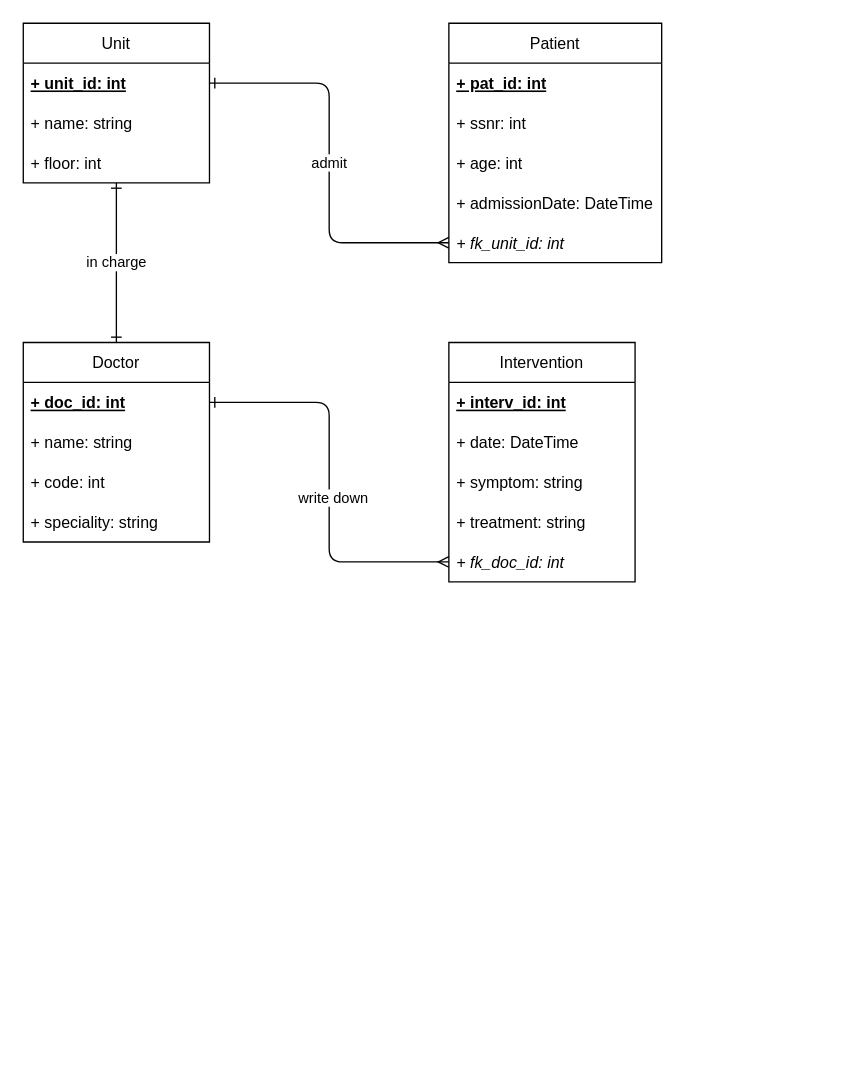
Above: page "UML" (3 of 3) of Philipp/02_healthcenter.drawio in mastapetz/BE16-DBDev-DAY1-Peter-Philipp (draw.io), before the change. Source tidied: cells renumbered, new cells numbered last; positions are measured from the earlier drawing's top-left corner, leaving out a move shared by most shapes. Both pictures are drawn from the tidied source at 133%, with x=0, y=0 at pixel (23, 23).
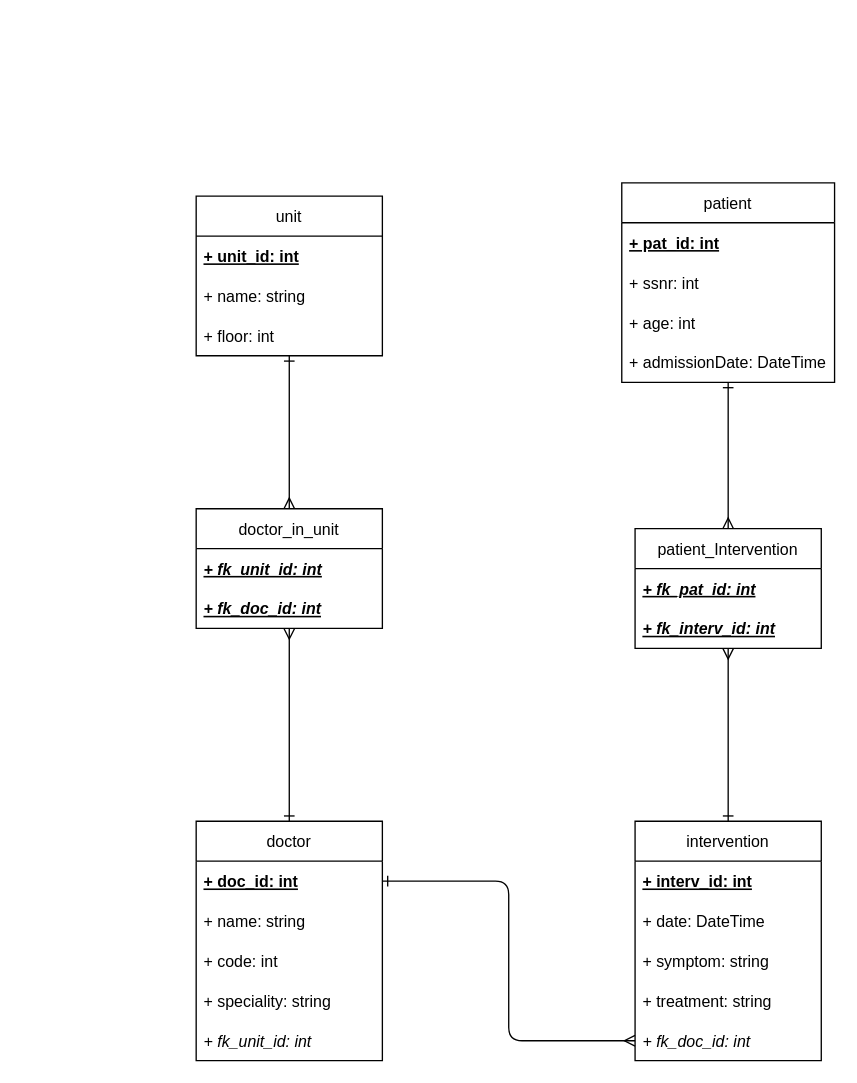
The same diagram, later.

Unchanged cells that the change refers to:
```xml
<mxCell id="18" value="+ admissionDate: DateTime" style="text;strokeColor=none;fillColor=none;align=left;verticalAlign=middle;spacingLeft=4;spacingRight=4;overflow=hidden;points=[[0,0.5],[1,0.5]];portConstraint=eastwest;" parent="14" vertex="1">
  <mxGeometry y="120" width="160" height="30" as="geometry" />
</mxCell>
<mxCell id="21" value="+ unit_id: int" style="text;strokeColor=none;fillColor=none;align=left;verticalAlign=middle;spacingLeft=4;spacingRight=4;overflow=hidden;points=[[0,0.5],[1,0.5]];portConstraint=eastwest;fontStyle=5;" parent="20" vertex="1">
  <mxGeometry y="30" width="140" height="30" as="geometry" />
</mxCell>
<mxCell id="23" value="+ floor: int" style="text;strokeColor=none;fillColor=none;align=left;verticalAlign=middle;spacingLeft=4;spacingRight=4;overflow=hidden;points=[[0,0.5],[1,0.5]];portConstraint=eastwest;" parent="20" vertex="1">
  <mxGeometry y="90" width="140" height="30" as="geometry" />
</mxCell>
<mxCell id="25" style="edgeStyle=orthogonalEdgeStyle;html=1;startArrow=ERone;startFill=0;endArrow=ERmany;endFill=0;exitX=1;exitY=0.5;exitDx=0;exitDy=0;entryX=0;entryY=0.5;entryDx=0;entryDy=0;" parent="1" edge="1" source="10" target="7">
  <mxGeometry relative="1" as="geometry" />
</mxCell>
```

Diff of the diagram source:
```diff
@@
-    <mxCell id="2" value="Intervention" style="swimlane;fontStyle=0;horizontal=1;startSize=30;" parent="1" vertex="1">
-      <mxGeometry x="320" y="240" width="140" height="180" as="geometry" />
+    <mxCell id="2" value="intervention" style="swimlane;fontStyle=0;horizontal=1;startSize=30;" parent="1" vertex="1">
+      <mxGeometry x="460" y="600" width="140" height="180" as="geometry" />
     </mxCell>
@@
-    <mxCell id="8" value="in charge" style="edgeStyle=none;html=1;startArrow=ERone;startFill=0;endArrow=ERone;endFill=0;" parent="1" edge="1" source="9" target="23">
-      <mxGeometry relative="1" as="geometry" />
-    </mxCell>
-    <mxCell id="9" value="Doctor" style="swimlane;fontStyle=0;horizontal=1;startSize=30;" parent="1" vertex="1">
-      <mxGeometry y="240" width="140" height="150" as="geometry" />
+    <mxCell id="9" value="doctor" style="swimlane;fontStyle=0;horizontal=1;startSize=30;" parent="1" vertex="1">
+      <mxGeometry x="130" y="600" width="140" height="180" as="geometry" />
     </mxCell>
@@
+    <mxCell id="19" value="+ fk_unit_id: int" style="text;strokeColor=none;fillColor=none;align=left;verticalAlign=middle;spacingLeft=4;spacingRight=4;overflow=hidden;points=[[0,0.5],[1,0.5]];portConstraint=eastwest;fontStyle=2;" parent="9" vertex="1">
+      <mxGeometry y="150" width="140" height="30" as="geometry" />
+    </mxCell>
-    <mxCell id="14" value="Patient" style="swimlane;fontStyle=0;horizontal=1;startSize=30;" parent="1" vertex="1">
-      <mxGeometry x="320" width="160" height="180" as="geometry" />
+    <mxCell id="14" value="patient" style="swimlane;fontStyle=0;horizontal=1;startSize=30;" parent="1" vertex="1">
+      <mxGeometry x="450" y="120" width="160" height="150" as="geometry" />
     </mxCell>
@@
-    <mxCell id="19" value="+ fk_unit_id: int" style="text;strokeColor=none;fillColor=none;align=left;verticalAlign=middle;spacingLeft=4;spacingRight=4;overflow=hidden;points=[[0,0.5],[1,0.5]];portConstraint=eastwest;fontStyle=2;" parent="14" vertex="1">
-      <mxGeometry y="150" width="160" height="30" as="geometry" />
-    </mxCell>
-    <mxCell id="20" value="Unit" style="swimlane;fontStyle=0;horizontal=1;startSize=30;" parent="1" vertex="1">
-      <mxGeometry width="140" height="120" as="geometry" />
+    <mxCell id="20" value="unit" style="swimlane;fontStyle=0;horizontal=1;startSize=30;" parent="1" vertex="1">
+      <mxGeometry x="130" y="130" width="140" height="120" as="geometry" />
     </mxCell>
@@
-    <mxCell id="24" value="admit" style="edgeStyle=orthogonalEdgeStyle;html=1;entryX=0;entryY=0.5;entryDx=0;entryDy=0;startArrow=ERone;startFill=0;endArrow=ERmany;endFill=0;exitX=1;exitY=0.5;exitDx=0;exitDy=0;" parent="1" edge="1" source="21" target="19">
-      <mxGeometry relative="1" as="geometry" />
-    </mxCell>
@@
-    <mxCell id="26" value="write down" style="edgeLabel;html=1;align=center;verticalAlign=middle;" parent="25" vertex="1">
-      <mxGeometry x="0.07" y="2" relative="1" as="geometry" />
-    </mxCell>
+    <mxCell id="27" style="edgeStyle=none;html=1;startArrow=ERmany;startFill=0;endArrow=ERone;endFill=0;" parent="1" edge="1" source="29" target="18">
+      <mxGeometry relative="1" as="geometry" />
+    </mxCell>
+    <mxCell id="28" style="edgeStyle=none;html=1;startArrow=ERmany;startFill=0;endArrow=ERone;endFill=0;" parent="1" edge="1" source="29" target="2">
+      <mxGeometry relative="1" as="geometry" />
+    </mxCell>
+    <mxCell id="29" value="patient_Intervention" style="swimlane;fontStyle=0;horizontal=1;startSize=30;" parent="1" vertex="1">
+      <mxGeometry x="460" y="380" width="140" height="90" as="geometry" />
+    </mxCell>
+    <mxCell id="30" value="+ fk_pat_id: int" style="text;strokeColor=none;fillColor=none;align=left;verticalAlign=middle;spacingLeft=4;spacingRight=4;overflow=hidden;fontStyle=7;" parent="29" vertex="1">
+      <mxGeometry y="30" width="140" height="30" as="geometry" />
+    </mxCell>
+    <mxCell id="31" value="+ fk_interv_id: int" style="text;strokeColor=none;fillColor=none;align=left;verticalAlign=middle;spacingLeft=4;spacingRight=4;overflow=hidden;fontStyle=7;" parent="29" vertex="1">
+      <mxGeometry y="60" width="140" height="30" as="geometry" />
+    </mxCell>
+    <mxCell id="32" style="edgeStyle=none;html=1;startArrow=ERmany;startFill=0;endArrow=ERone;endFill=0;" parent="1" edge="1" source="34" target="9">
+      <mxGeometry relative="1" as="geometry" />
+    </mxCell>
+    <mxCell id="33" style="edgeStyle=none;html=1;startArrow=ERmany;startFill=0;endArrow=ERone;endFill=0;" parent="1" edge="1" source="34" target="20">
+      <mxGeometry relative="1" as="geometry" />
+    </mxCell>
+    <mxCell id="34" value="doctor_in_unit" style="swimlane;fontStyle=0;horizontal=1;startSize=30;" parent="1" vertex="1">
+      <mxGeometry x="130" y="365" width="140" height="90" as="geometry" />
+    </mxCell>
+    <mxCell id="35" value="+ fk_unit_id: int" style="text;strokeColor=none;fillColor=none;align=left;verticalAlign=middle;spacingLeft=4;spacingRight=4;overflow=hidden;fontStyle=7;" parent="34" vertex="1">
+      <mxGeometry y="30" width="140" height="30" as="geometry" />
+    </mxCell>
+    <mxCell id="36" value="+ fk_doc_id: int" style="text;strokeColor=none;fillColor=none;align=left;verticalAlign=middle;spacingLeft=4;spacingRight=4;overflow=hidden;fontStyle=7;" parent="34" vertex="1">
+      <mxGeometry y="60" width="140" height="30" as="geometry" />
+    </mxCell>
```
